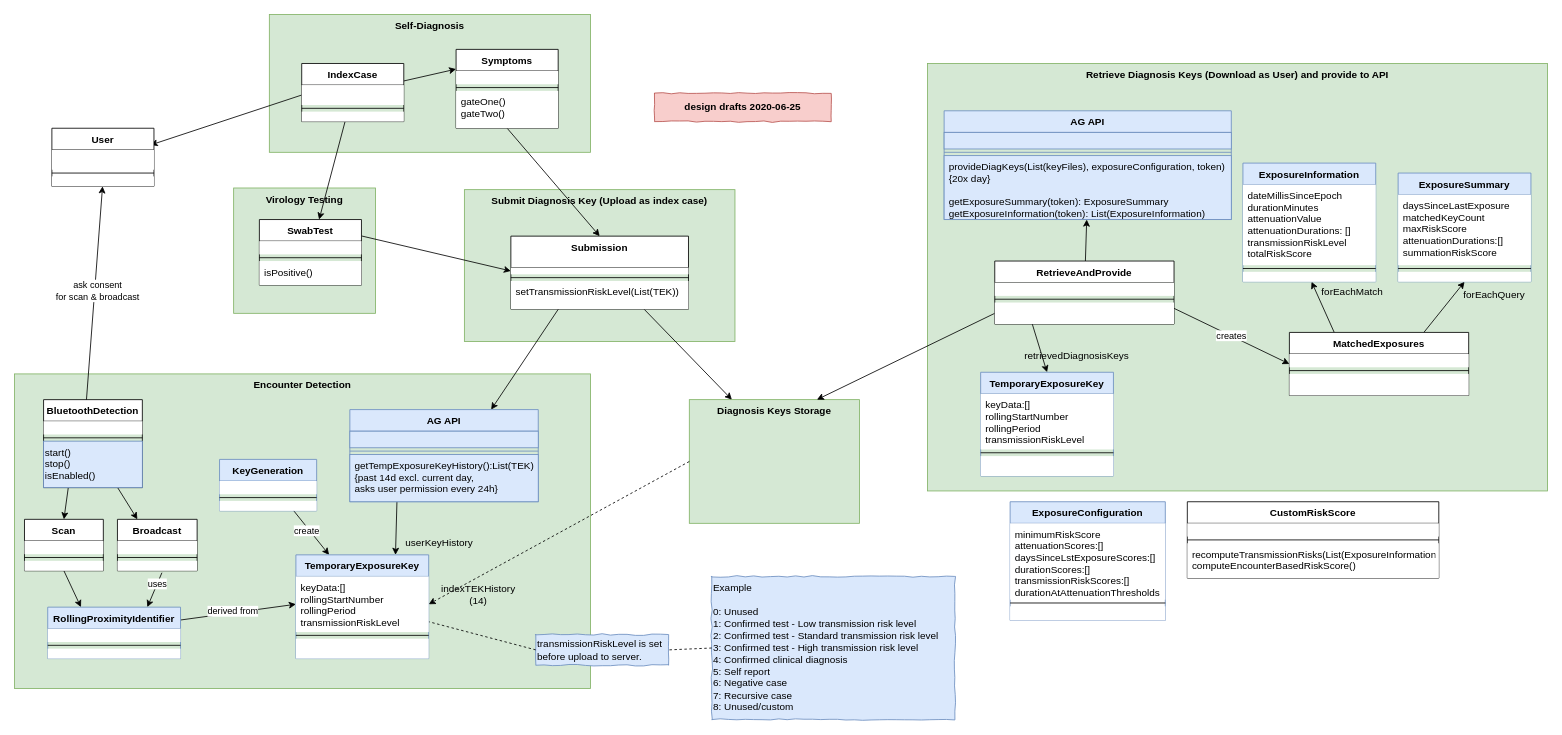
The draw.io diagram doc/architecture/diagrams/cv19-app-system-ag-api.drawio in ukhsa-collaboration/covid19-app-system-public, before the edit. Source tidied: cells renumbered, new cells numbered last; positions are measured from the earlier drawing's top-left corner, leaving out a move shared by most shapes. Both pictures are drawn from the tidied source at 83%, with x=0, y=0 at pixel (14, 14).
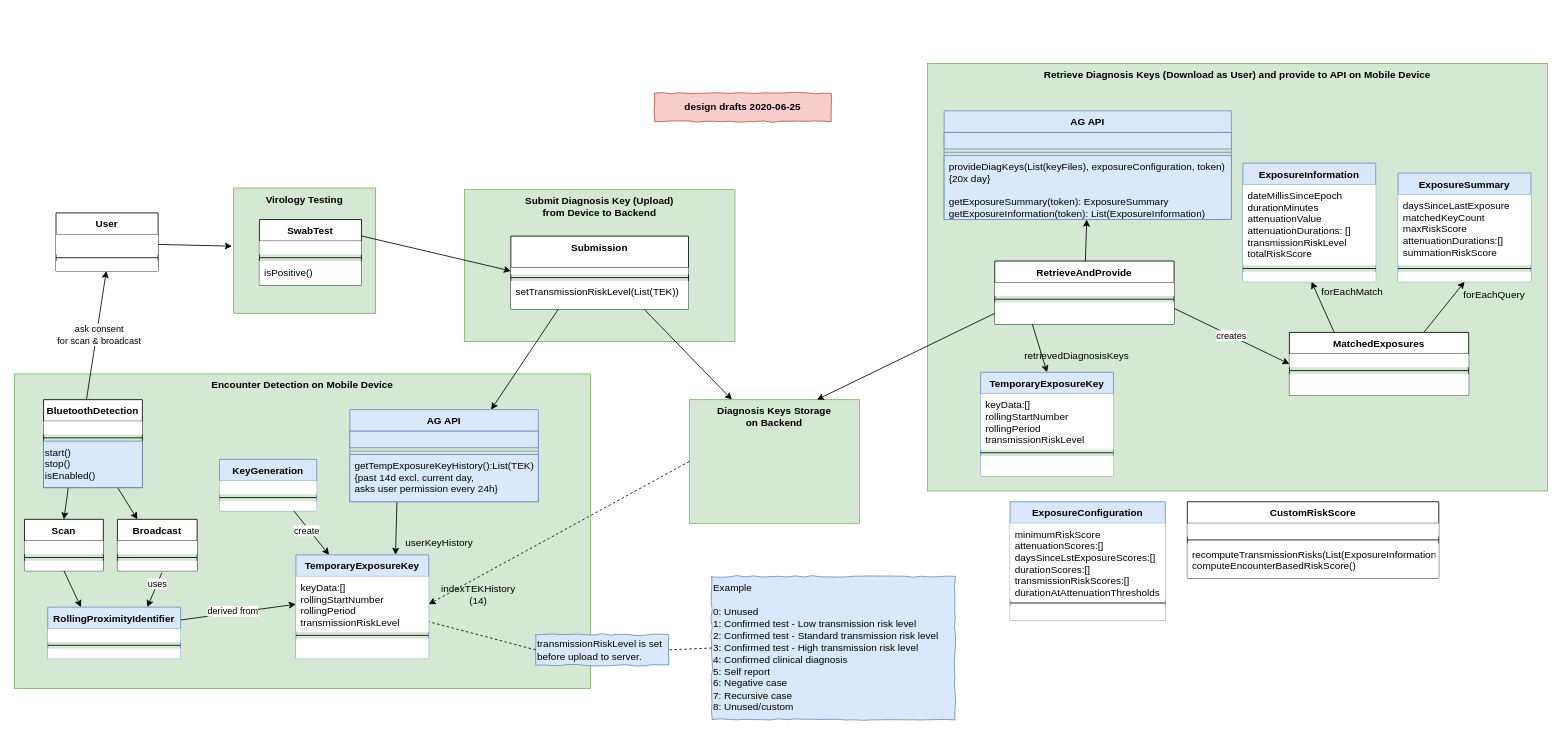
After the change.

Unchanged cells that the change refers to:
```xml
<mxCell id="5" value="Virology&amp;nbsp;Testing" style="rounded=0;whiteSpace=wrap;html=1;fontStyle=1;fillColor=#d5e8d4;strokeColor=#82b366;verticalAlign=top;" parent="1" vertex="1">
  <mxGeometry x="264" y="209" width="171" height="151" as="geometry" />
</mxCell>
<mxCell id="77" value="Submission" style="swimlane;fontStyle=1;align=center;verticalAlign=top;horizontal=1;startSize=38;fillColor=#ffffff;" parent="1" vertex="1">
  <mxGeometry x="598" y="267" width="214" height="88" as="geometry" />
</mxCell>
<mxCell id="81" value="SwabTest" style="swimlane;fontStyle=1;align=center;verticalAlign=top;horizontal=1;startSize=26;fillColor=#ffffff;" parent="1" vertex="1">
  <mxGeometry x="295" y="247" width="123" height="79" as="geometry" />
</mxCell>
```

What changed in the source:
```diff
@@
-    <mxCell id="2" value="Encounter Detection" style="rounded=0;whiteSpace=wrap;html=1;verticalAlign=top;fontStyle=1;fillColor=#d5e8d4;strokeColor=#82b366;" parent="1" vertex="1">
+    <mxCell id="2" value="Encounter Detection on Mobile Device" style="rounded=0;whiteSpace=wrap;html=1;verticalAlign=top;fontStyle=1;fillColor=#d5e8d4;strokeColor=#82b366;" parent="1" vertex="1">
       <mxGeometry y="433" width="694" height="379" as="geometry" />
     </mxCell>
-    <mxCell id="3" value="Self-Diagnosis" style="rounded=0;whiteSpace=wrap;html=1;fontStyle=1;fillColor=#d5e8d4;strokeColor=#82b366;verticalAlign=top;" parent="1" vertex="1">
-      <mxGeometry x="307" width="387" height="166" as="geometry" />
-    </mxCell>
-    <mxCell id="4" value="Submit Diagnosis Key (Upload as index case)" style="rounded=0;whiteSpace=wrap;html=1;fontStyle=1;fillColor=#d5e8d4;strokeColor=#82b366;verticalAlign=top;" parent="1" vertex="1">
+    <mxCell id="4" value="Submit Diagnosis Key (Upload) &lt;br&gt;from Device to Backend" style="rounded=0;whiteSpace=wrap;html=1;fontStyle=1;fillColor=#d5e8d4;strokeColor=#82b366;verticalAlign=top;" parent="1" vertex="1">
       <mxGeometry x="542" y="211" width="326" height="183" as="geometry" />
     </mxCell>
@@
-    <mxCell id="6" value="Retrieve Diagnosis Keys (Download as User) and provide to API" style="rounded=0;whiteSpace=wrap;html=1;fontStyle=1;fillColor=#d5e8d4;strokeColor=#82b366;verticalAlign=top;" parent="1" vertex="1">
+    <mxCell id="6" value="Retrieve Diagnosis Keys (Download as User) and provide to API on Mobile Device" style="rounded=0;whiteSpace=wrap;html=1;fontStyle=1;fillColor=#d5e8d4;strokeColor=#82b366;verticalAlign=top;" parent="1" vertex="1">
       <mxGeometry x="1100" y="59" width="747" height="515" as="geometry" />
     </mxCell>
@@
-    <mxCell id="9" value="Diagnosis Keys Storage" style="rounded=0;whiteSpace=wrap;html=1;fontStyle=1;fillColor=#d5e8d4;strokeColor=#82b366;verticalAlign=top;" parent="1" vertex="1">
+    <mxCell id="9" value="Diagnosis Keys Storage &lt;br&gt;on Backend" style="rounded=0;whiteSpace=wrap;html=1;fontStyle=1;fillColor=#d5e8d4;strokeColor=#82b366;verticalAlign=top;" parent="1" vertex="1">
       <mxGeometry x="813" y="464" width="205" height="149" as="geometry" />
     </mxCell>
@@
-    <mxCell id="14" style="edgeStyle=none;rounded=0;jettySize=auto;html=1;exitX=0;exitY=0.5;exitDx=0;exitDy=0;entryX=0.967;entryY=-0.243;entryDx=0;entryDy=0;entryPerimeter=0;" parent="1" edge="1" source="42" target="113">
+    <mxCell id="14" style="edgeStyle=none;rounded=0;jettySize=auto;html=1;exitX=1;exitY=0.5;exitDx=0;exitDy=0;entryX=-0.012;entryY=0.464;entryDx=0;entryDy=0;entryPerimeter=0;" parent="1" edge="1" source="113" target="5">
       <mxGeometry relative="1" as="geometry" />
     </mxCell>
@@
-    <mxCell id="25" style="edgeStyle=none;rounded=0;jettySize=auto;html=1;entryX=0;entryY=0.25;entryDx=0;entryDy=0;" parent="1" edge="1" source="41" target="37">
-      <mxGeometry relative="1" as="geometry" />
-    </mxCell>
-    <mxCell id="26" style="edgeStyle=none;rounded=0;jettySize=auto;html=1;" parent="1" edge="1" source="41" target="81">
-      <mxGeometry relative="1" as="geometry" />
-    </mxCell>
@@
-    <mxCell id="28" style="edgeStyle=none;rounded=0;jettySize=auto;html=1;entryX=0.5;entryY=0;entryDx=0;entryDy=0;exitX=0.5;exitY=1;exitDx=0;exitDy=0;" parent="1" edge="1" source="37" target="77">
-      <mxGeometry relative="1" as="geometry" />
-    </mxCell>
@@
-    <mxCell id="37" value="Symptoms" style="swimlane;fontStyle=1;align=center;verticalAlign=top;horizontal=1;startSize=26;fillColor=#ffffff;" parent="1" vertex="1">
-      <mxGeometry x="532" y="42" width="123" height="95" as="geometry" />
-    </mxCell>
-    <mxCell id="38" value=" " style="text;strokeColor=none;fillColor=#ffffff;align=left;verticalAlign=top;spacingLeft=4;spacingRight=4;overflow=hidden;" parent="37" vertex="1">
-      <mxGeometry y="26" width="123" height="16" as="geometry" />
-    </mxCell>
-    <mxCell id="39" style="line;strokeWidth=1;fillColor=#ffffff;align=left;verticalAlign=middle;spacingTop=-1;spacingLeft=3;spacingRight=3;labelPosition=right;" parent="37" vertex="1">
-      <mxGeometry y="42" width="123" height="8" as="geometry" />
-    </mxCell>
-    <mxCell id="40" value="gateOne()&#10;gateTwo()&#10;" style="text;strokeColor=none;fillColor=#ffffff;align=left;verticalAlign=top;spacingLeft=4;spacingRight=4;overflow=hidden;" parent="37" vertex="1">
-      <mxGeometry y="50" width="123" height="45" as="geometry" />
-    </mxCell>
-    <mxCell id="41" value="IndexCase" style="swimlane;fontStyle=1;align=center;verticalAlign=top;horizontal=1;startSize=26;fillColor=#ffffff;" parent="1" vertex="1">
-      <mxGeometry x="346" y="59" width="123" height="70" as="geometry" />
-    </mxCell>
-    <mxCell id="42" style="text;strokeColor=none;fillColor=#ffffff;align=left;verticalAlign=top;spacingLeft=4;spacingRight=4;overflow=hidden;points=[[0,0.5],[1,0.5]];portConstraint=eastwest;" parent="41" vertex="1">
-      <mxGeometry y="26" width="123" height="24" as="geometry" />
-    </mxCell>
-    <mxCell id="43" style="line;strokeWidth=1;fillColor=#ffffff;align=left;verticalAlign=middle;spacingTop=-1;spacingLeft=3;spacingRight=3;labelPosition=right;" parent="41" vertex="1">
-      <mxGeometry y="50" width="123" height="8" as="geometry" />
-    </mxCell>
-    <mxCell id="44" value=" " style="text;strokeColor=none;fillColor=#ffffff;align=left;verticalAlign=top;spacingLeft=4;spacingRight=4;overflow=hidden;" parent="41" vertex="1">
-      <mxGeometry y="58" width="123" height="12" as="geometry" />
-    </mxCell>
@@
-    <mxCell id="112" value="User" style="swimlane;fontStyle=1;align=center;verticalAlign=top;horizontal=1;startSize=26;fillColor=#ffffff;" parent="1" vertex="1">
-      <mxGeometry x="45" y="137" width="123" height="70" as="geometry" />
-    </mxCell>
-    <mxCell id="113" style="text;strokeColor=none;fillColor=#ffffff;align=left;verticalAlign=top;spacingLeft=4;spacingRight=4;overflow=hidden;points=[[0,0.5],[1,0.5]];portConstraint=eastwest;" parent="112" vertex="1">
-      <mxGeometry y="26" width="123" height="24" as="geometry" />
-    </mxCell>
-    <mxCell id="114" style="line;strokeWidth=1;fillColor=#ffffff;align=left;verticalAlign=middle;spacingTop=-1;spacingLeft=3;spacingRight=3;labelPosition=right;" parent="112" vertex="1">
-      <mxGeometry y="50" width="123" height="8" as="geometry" />
-    </mxCell>
-    <mxCell id="115" value=" " style="text;strokeColor=none;fillColor=#ffffff;align=left;verticalAlign=top;spacingLeft=4;spacingRight=4;overflow=hidden;points=[[0,0.5],[1,0.5]];portConstraint=eastwest;" parent="112" vertex="1">
-      <mxGeometry y="58" width="123" height="12" as="geometry" />
-    </mxCell>
@@
+    <mxCell id="112" value="User" style="swimlane;fontStyle=1;align=center;verticalAlign=top;horizontal=1;startSize=26;fillColor=#ffffff;" parent="1" vertex="1">
+      <mxGeometry x="50" y="239" width="123" height="70" as="geometry" />
+    </mxCell>
+    <mxCell id="113" style="text;strokeColor=none;fillColor=#ffffff;align=left;verticalAlign=top;spacingLeft=4;spacingRight=4;overflow=hidden;points=[[0,0.5],[1,0.5]];portConstraint=eastwest;" parent="112" vertex="1">
+      <mxGeometry y="26" width="123" height="24" as="geometry" />
+    </mxCell>
+    <mxCell id="114" style="line;strokeWidth=1;fillColor=#ffffff;align=left;verticalAlign=middle;spacingTop=-1;spacingLeft=3;spacingRight=3;labelPosition=right;" parent="112" vertex="1">
+      <mxGeometry y="50" width="123" height="8" as="geometry" />
+    </mxCell>
+    <mxCell id="115" value=" " style="text;strokeColor=none;fillColor=#ffffff;align=left;verticalAlign=top;spacingLeft=4;spacingRight=4;overflow=hidden;points=[[0,0.5],[1,0.5]];portConstraint=eastwest;" parent="112" vertex="1">
+      <mxGeometry y="58" width="123" height="12" as="geometry" />
+    </mxCell>
```
